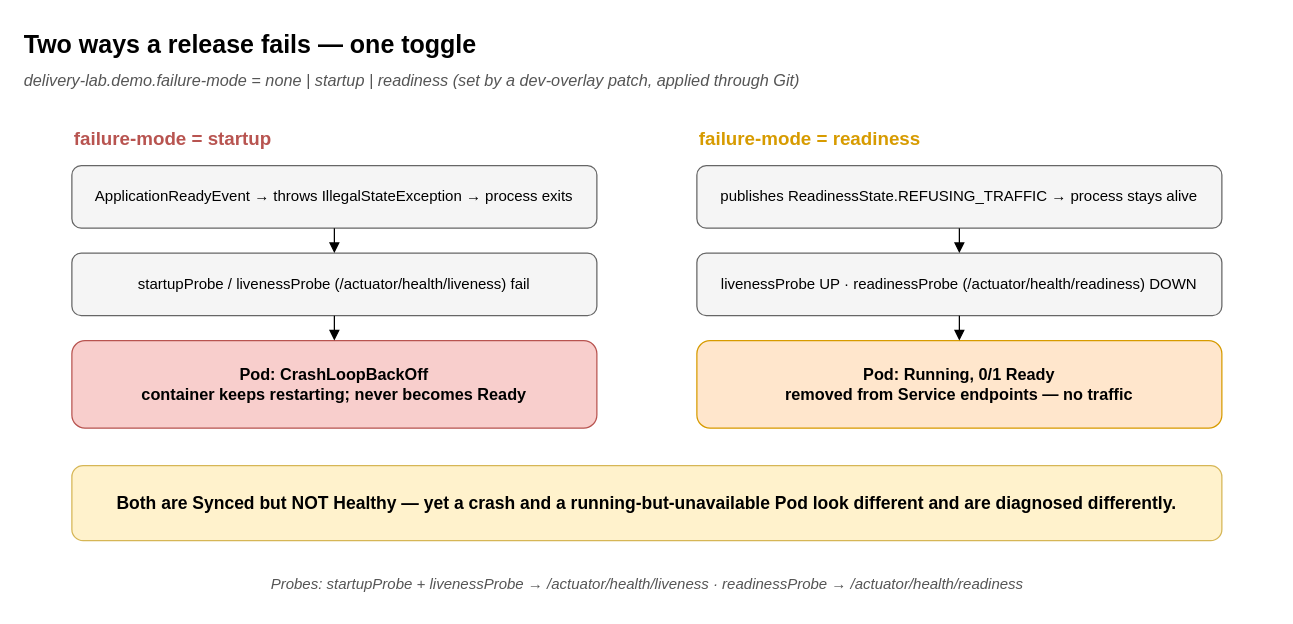
This is page "2 · Startup Failure" (2 of 4) of docs/checkpoint-2-concepts.drawio from therealdumbprogrammer/delivery-lab, a draw.io file, before an edit. Source tidied: cells renumbered, new cells numbered last; positions are measured from the earlier drawing's top-left corner, leaving out a move shared by most shapes. Both pictures are drawn from the tidied source at 125%, with x=0, y=0 at pixel (21, 21).
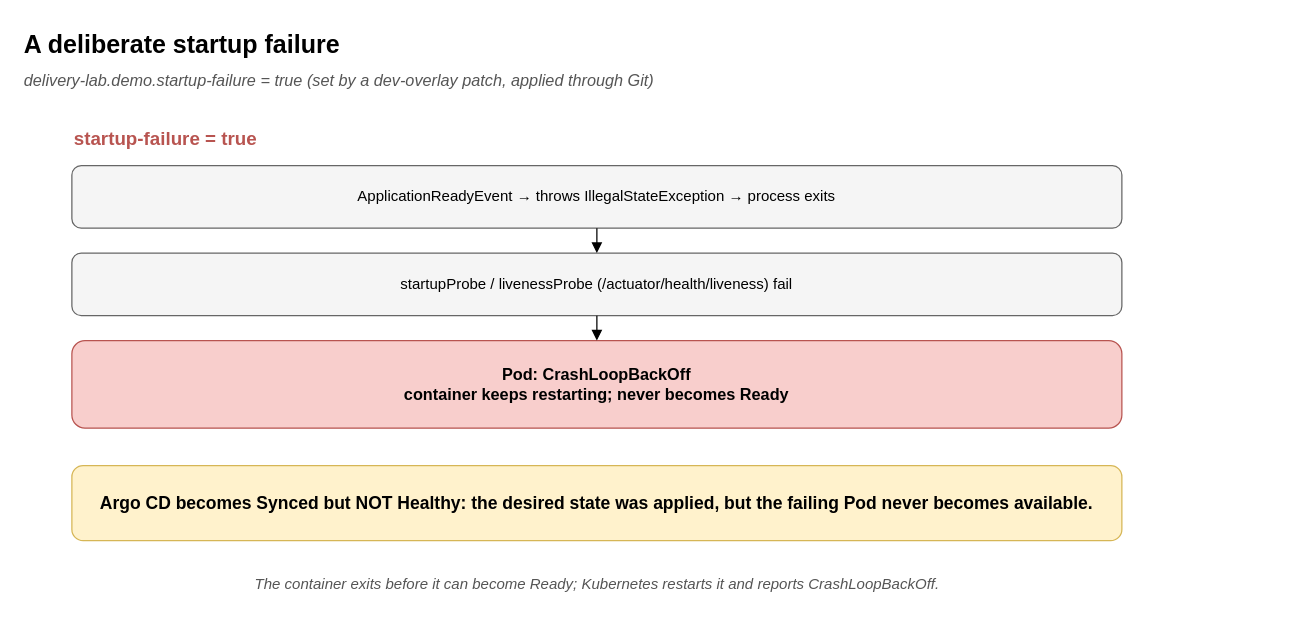
The same diagram, later.

The edit, as a diff of the source:
```diff
@@
 <mxGraphModel>
   <root>
     <mxCell id="0" />
     <mxCell id="1" parent="0" />
-    <mxCell id="2" value="Two ways a release fails — one toggle" style="text;html=1;fontSize=20;fontStyle=1;verticalAlign=middle;" parent="1" vertex="1">
+    <mxCell id="2" value="A deliberate startup failure" style="text;html=1;fontSize=20;fontStyle=1;verticalAlign=middle;" parent="1" vertex="1">
       <mxGeometry width="800" height="34" as="geometry" />
     </mxCell>
-    <mxCell id="3" value="delivery-lab.demo.failure-mode  =  none | startup | readiness    (set by a dev-overlay patch, applied through Git)" style="text;html=1;fontSize=13;fontStyle=2;verticalAlign=middle;fontColor=#555555;" parent="1" vertex="1">
+    <mxCell id="3" value="delivery-lab.demo.startup-failure = true    (set by a dev-overlay patch, applied through Git)" style="text;html=1;fontSize=13;fontStyle=2;verticalAlign=middle;fontColor=#555555;" parent="1" vertex="1">
       <mxGeometry y="36" width="1000" height="22" as="geometry" />
     </mxCell>
-    <mxCell id="4" value="failure-mode = startup" style="text;html=1;fontSize=15;fontStyle=1;fontColor=#b85450;verticalAlign=middle;" parent="1" vertex="1">
-      <mxGeometry x="40" y="80" width="420" height="26" as="geometry" />
+    <mxCell id="4" value="startup-failure = true" style="text;html=1;fontSize=15;fontStyle=1;fontColor=#b85450;verticalAlign=middle;" parent="1" vertex="1">
+      <mxGeometry x="40" y="80" width="840" height="26" as="geometry" />
     </mxCell>
     <mxCell id="5" value="ApplicationReadyEvent → throws IllegalStateException → process exits" style="rounded=1;whiteSpace=wrap;html=1;fillColor=#f5f5f5;strokeColor=#666666;fontSize=12;" parent="1" vertex="1">
-      <mxGeometry x="40" y="115" width="420" height="50" as="geometry" />
+      <mxGeometry x="40" y="115" width="840" height="50" as="geometry" />
     </mxCell>
     <mxCell id="6" value="startupProbe / livenessProbe (/actuator/health/liveness) fail" style="rounded=1;whiteSpace=wrap;html=1;fillColor=#f5f5f5;strokeColor=#666666;fontSize=12;" parent="1" vertex="1">
-      <mxGeometry x="40" y="185" width="420" height="50" as="geometry" />
+      <mxGeometry x="40" y="185" width="840" height="50" as="geometry" />
     </mxCell>
     <mxCell id="7" value="Pod: CrashLoopBackOff&lt;br&gt;container keeps restarting; never becomes Ready" style="rounded=1;whiteSpace=wrap;html=1;fillColor=#f8cecc;strokeColor=#b85450;fontSize=13;fontStyle=1;" parent="1" vertex="1">
-      <mxGeometry x="40" y="255" width="420" height="70" as="geometry" />
+      <mxGeometry x="40" y="255" width="840" height="70" as="geometry" />
     </mxCell>
     <mxCell id="8" style="edgeStyle=orthogonalEdgeStyle;rounded=0;html=1;endArrow=block;" parent="1" edge="1" source="5" target="6">
       <mxGeometry relative="1" as="geometry" />
     </mxCell>
     <mxCell id="9" style="edgeStyle=orthogonalEdgeStyle;rounded=0;html=1;endArrow=block;" parent="1" edge="1" source="6" target="7">
       <mxGeometry relative="1" as="geometry" />
     </mxCell>
-    <mxCell id="10" value="failure-mode = readiness" style="text;html=1;fontSize=15;fontStyle=1;fontColor=#d79b00;verticalAlign=middle;" parent="1" vertex="1">
-      <mxGeometry x="540" y="80" width="420" height="26" as="geometry" />
-    </mxCell>
-    <mxCell id="11" value="publishes ReadinessState.REFUSING_TRAFFIC → process stays alive" style="rounded=1;whiteSpace=wrap;html=1;fillColor=#f5f5f5;strokeColor=#666666;fontSize=12;" parent="1" vertex="1">
-      <mxGeometry x="540" y="115" width="420" height="50" as="geometry" />
-    </mxCell>
-    <mxCell id="12" value="livenessProbe UP  ·  readinessProbe (/actuator/health/readiness) DOWN" style="rounded=1;whiteSpace=wrap;html=1;fillColor=#f5f5f5;strokeColor=#666666;fontSize=12;" parent="1" vertex="1">
-      <mxGeometry x="540" y="185" width="420" height="50" as="geometry" />
-    </mxCell>
-    <mxCell id="13" value="Pod: Running, 0/1 Ready&lt;br&gt;removed from Service endpoints — no traffic" style="rounded=1;whiteSpace=wrap;html=1;fillColor=#ffe6cc;strokeColor=#d79b00;fontSize=13;fontStyle=1;" parent="1" vertex="1">
-      <mxGeometry x="540" y="255" width="420" height="70" as="geometry" />
-    </mxCell>
-    <mxCell id="14" style="edgeStyle=orthogonalEdgeStyle;rounded=0;html=1;endArrow=block;" parent="1" edge="1" source="11" target="12">
-      <mxGeometry relative="1" as="geometry" />
-    </mxCell>
-    <mxCell id="15" style="edgeStyle=orthogonalEdgeStyle;rounded=0;html=1;endArrow=block;" parent="1" edge="1" source="12" target="13">
-      <mxGeometry relative="1" as="geometry" />
-    </mxCell>
-    <mxCell id="16" value="Both are Synced but NOT Healthy — yet a crash and a running-but-unavailable Pod look different and are diagnosed differently." style="rounded=1;whiteSpace=wrap;html=1;fillColor=#fff2cc;strokeColor=#d6b656;fontSize=14;fontStyle=1;verticalAlign=middle;" parent="1" vertex="1">
-      <mxGeometry x="40" y="355" width="920" height="60" as="geometry" />
+    <mxCell id="16" value="Argo CD becomes Synced but NOT Healthy: the desired state was applied, but the failing Pod never becomes available." style="rounded=1;whiteSpace=wrap;html=1;fillColor=#fff2cc;strokeColor=#d6b656;fontSize=14;fontStyle=1;verticalAlign=middle;" parent="1" vertex="1">
+      <mxGeometry x="40" y="355" width="840" height="60" as="geometry" />
     </mxCell>
-    <mxCell id="17" value="Probes:  startupProbe + livenessProbe → /actuator/health/liveness      ·      readinessProbe → /actuator/health/readiness" style="text;html=1;fontSize=12;fontStyle=2;align=center;verticalAlign=middle;fontColor=#555555;" parent="1" vertex="1">
-      <mxGeometry x="40" y="435" width="920" height="30" as="geometry" />
+    <mxCell id="17" value="The container exits before it can become Ready; Kubernetes restarts it and reports CrashLoopBackOff." style="text;html=1;fontSize=12;fontStyle=2;align=center;verticalAlign=middle;fontColor=#555555;" parent="1" vertex="1">
+      <mxGeometry x="40" y="435" width="840" height="30" as="geometry" />
     </mxCell>
   </root>
 </mxGraphModel>
```
